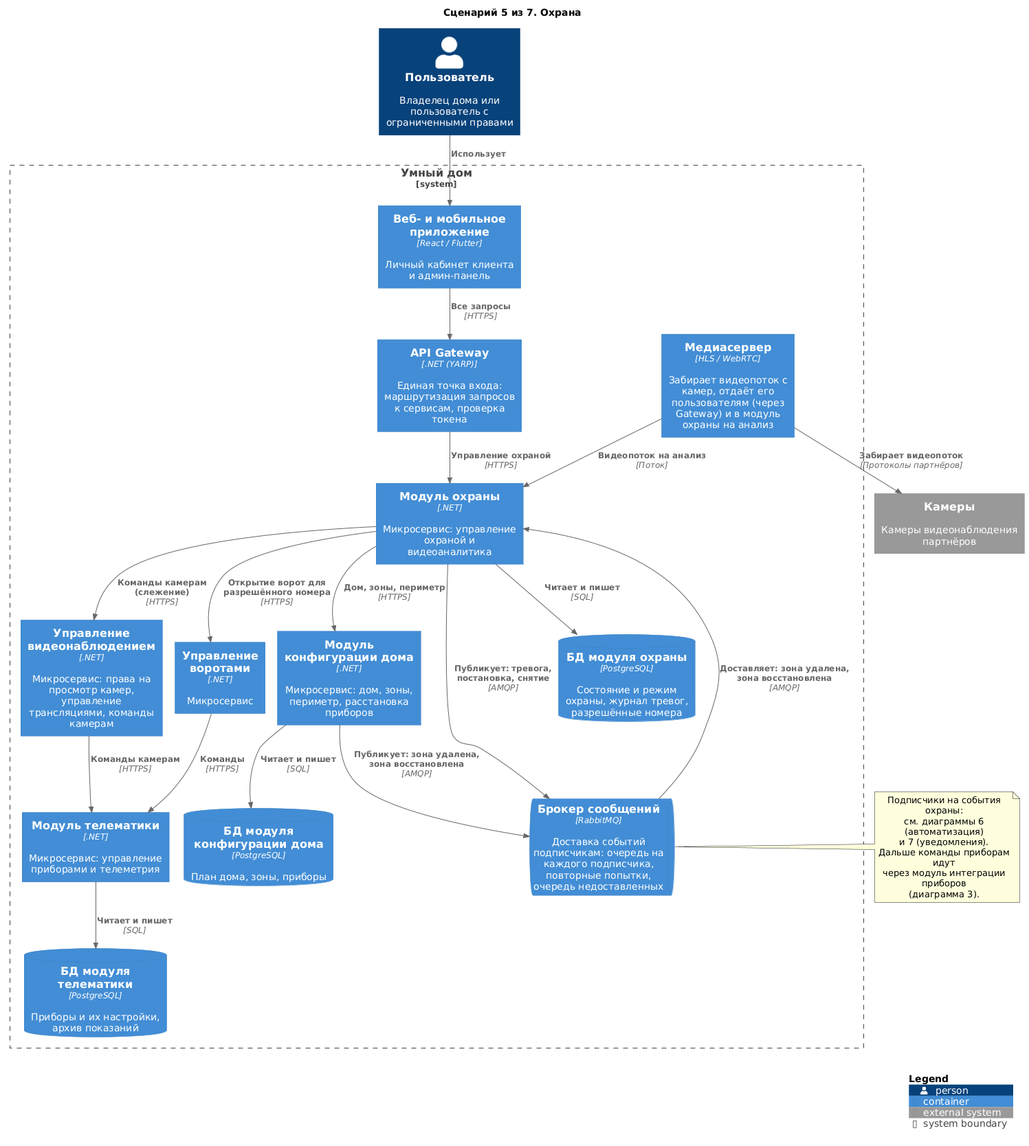
Earlier version of the PlantUML export diagrams/containers-scenarios/05-security.png (Lyamin-av/architecture-warmhouse).
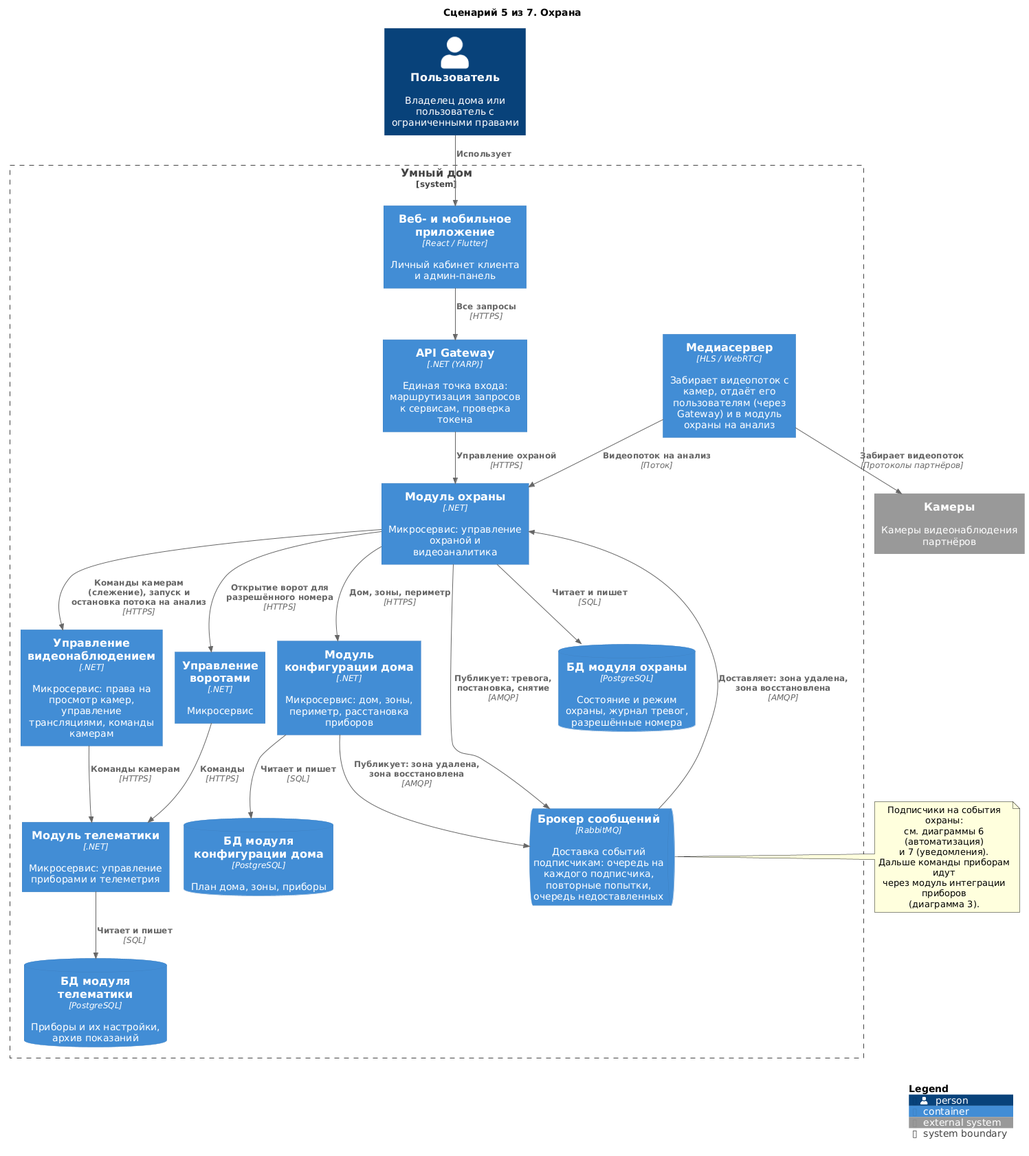
Later version of the same file.

Commit message:
Охрана запускает и останавливает поток на анализ: камера у ворот постоянно, периметр под охраной

Change to the diagram source:
```diff
@@ -28,7 +28,7 @@
 Rel(Security, HouseConfigurator, "Дом, зоны, периметр", "HTTPS")
 Rel(MediaServer, cameras, "Забирает видеопоток", "Протоколы партнёров")
 Rel(MediaServer, Security, "Видеопоток на анализ", "Поток")
-Rel(Security, VideoControl, "Команды камерам (слежение)", "HTTPS")
+Rel(Security, VideoControl, "Команды камерам (слежение), запуск и остановка потока на анализ", "HTTPS")
 Rel(VideoControl, Telematics, "Команды камерам", "HTTPS")
 Rel(Security, GateControl, "Открытие ворот для разрешённого номера", "HTTPS")
 Rel(GateControl, Telematics, "Команды", "HTTPS")
```
